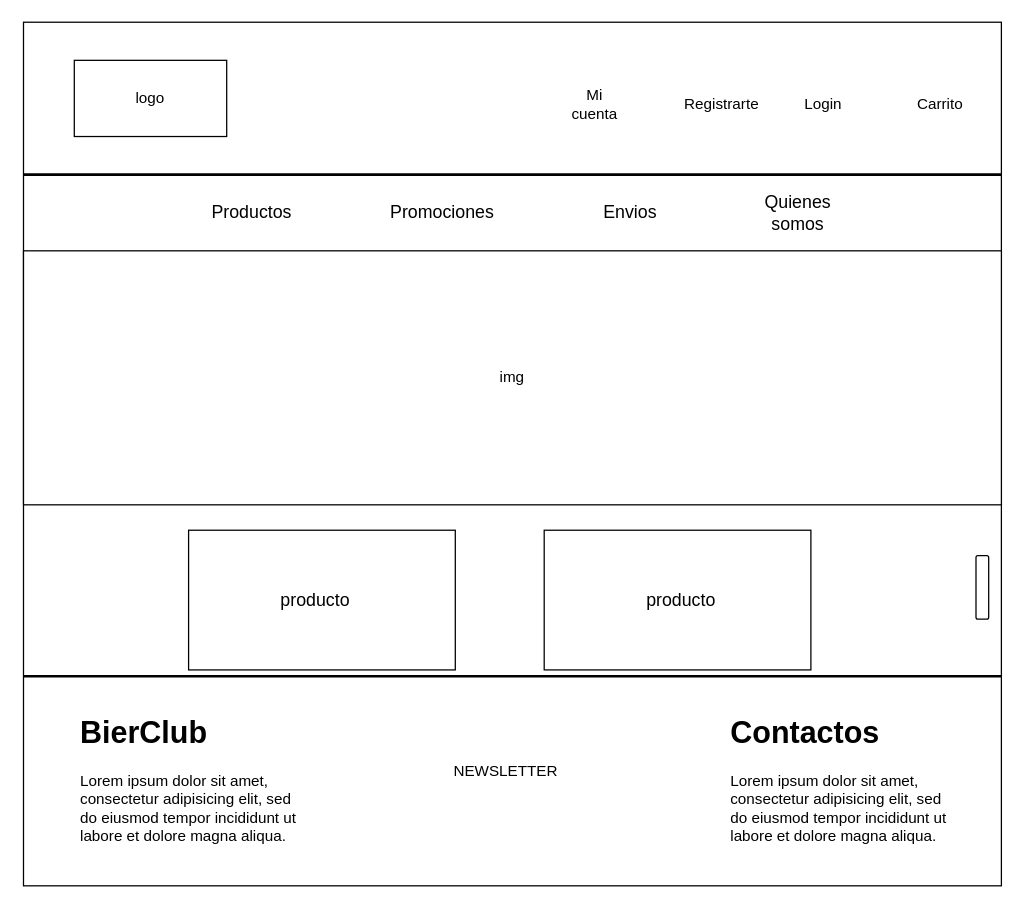
Above: page "Page-1" (1 of 3) of Bocetos/Bocetos-de-Home/Home-768.drawio in Evaristodantur/BierClub (draw.io), before the change. Source tidied: cells renumbered, new cells numbered last; positions are measured from the earlier drawing's top-left corner, leaving out a move shared by most shapes. Both pictures are drawn from the tidied source at 127%, with x=0, y=0 at pixel (23, 22).
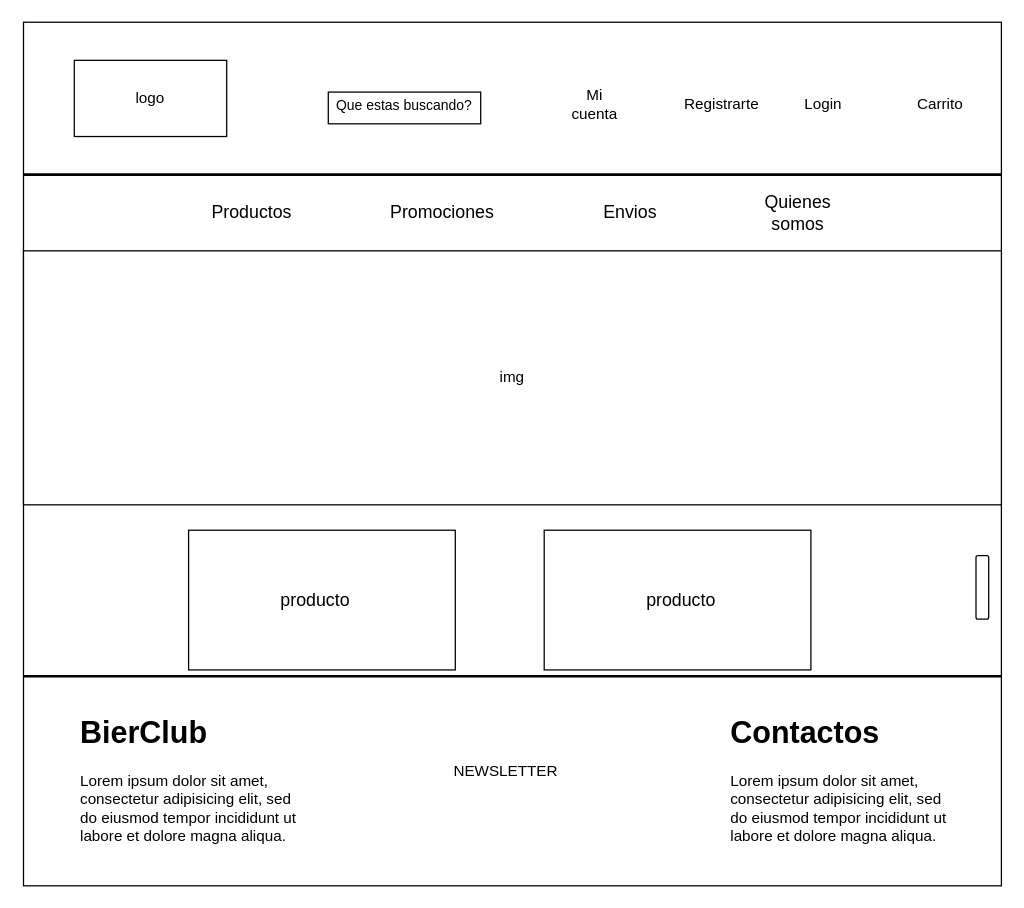
After the change.

Change to the diagram source:
```diff
@@
+    <mxCell id="25" style="rounded=0;whiteSpace=wrap;html=1;fontSize=14;" parent="1" vertex="1">
+      <mxGeometry x="240" y="55" width="120" height="25" as="geometry" />
+    </mxCell>
+    <mxCell id="26" value="&lt;font style=&quot;font-size: 11px&quot;&gt;Que estas buscando?&lt;/font&gt;" style="text;html=1;strokeColor=none;fillColor=none;align=center;verticalAlign=middle;whiteSpace=wrap;rounded=0;fontSize=14;" parent="1" vertex="1">
+      <mxGeometry x="220" y="55" width="160" height="20" as="geometry" />
+    </mxCell>
```
